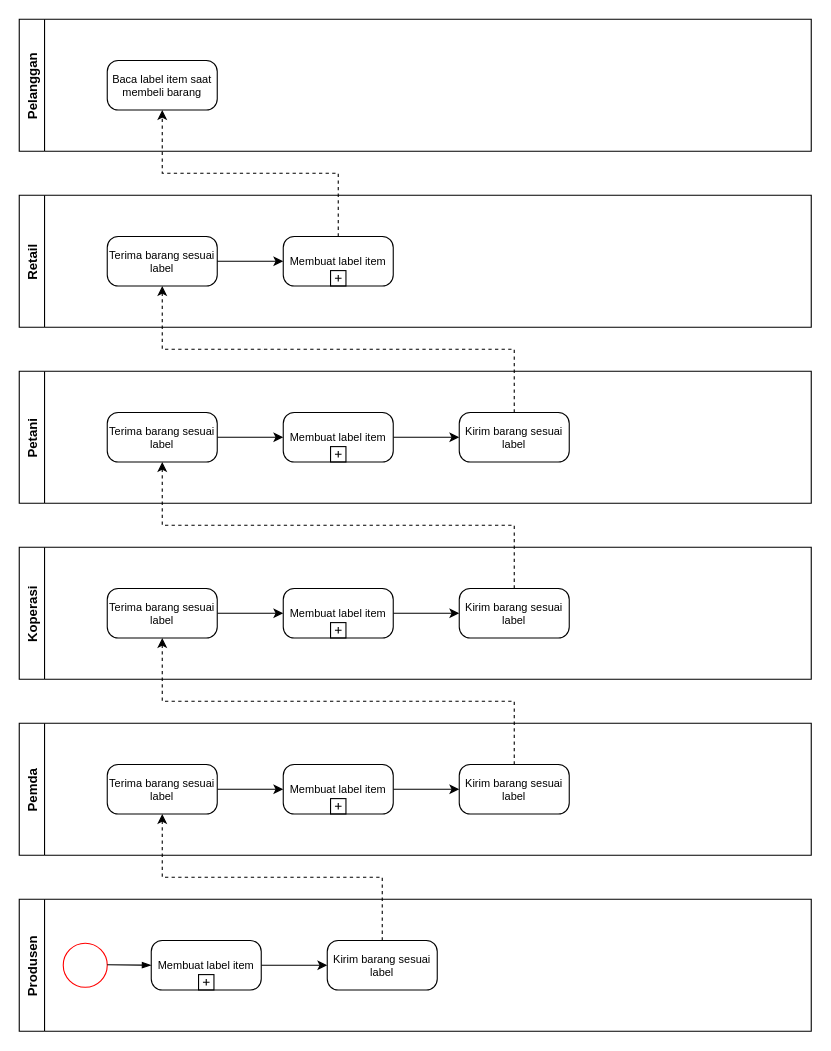
Above: BPMN1.drawio in hanggaa/Diagram (draw.io), before the change. Source tidied: cells renumbered, new cells numbered last; positions are measured from the earlier drawing's top-left corner, leaving out a move shared by most shapes. Both pictures are drawn from the tidied source at 110%, with x=0, y=0 at pixel (19, 19).
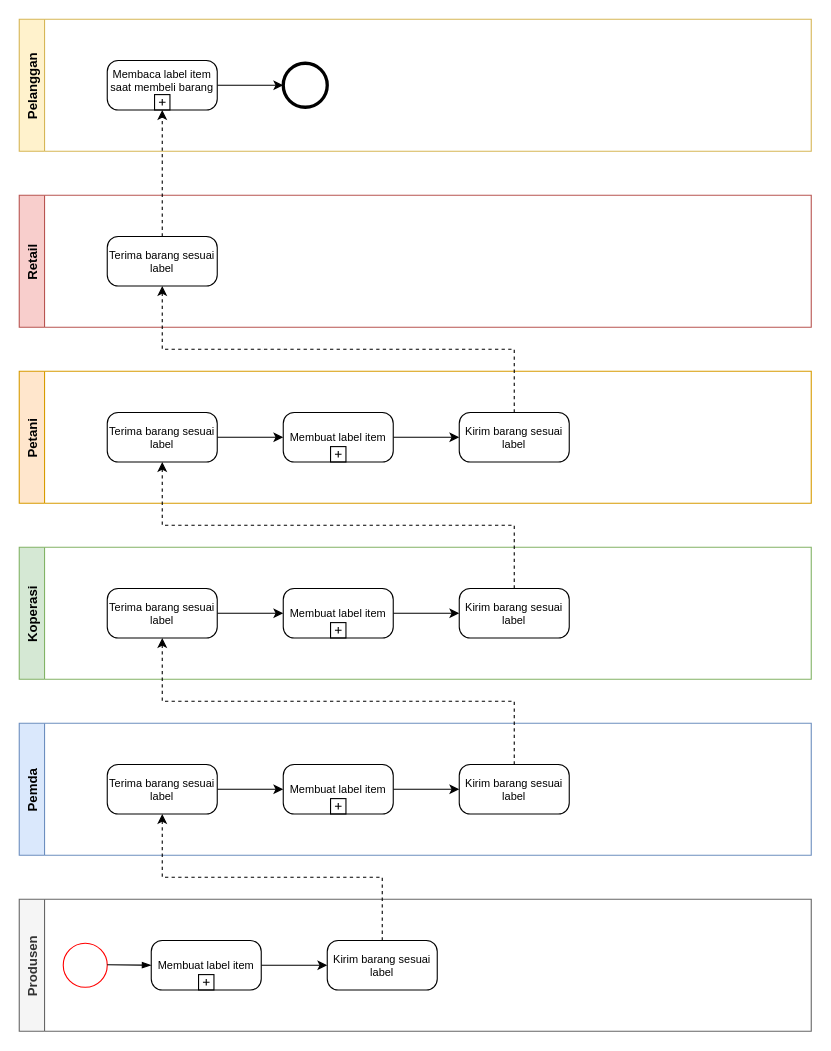
Above is the later version.

Unchanged cells that the change refers to:
```xml
<mxCell id="29" value="Terima barang sesuai label" style="points=[[0.25,0,0],[0.5,0,0],[0.75,0,0],[1,0.25,0],[1,0.5,0],[1,0.75,0],[0.75,1,0],[0.5,1,0],[0.25,1,0],[0,0.75,0],[0,0.5,0],[0,0.25,0]];shape=mxgraph.bpmn.task;whiteSpace=wrap;rectStyle=rounded;size=10;taskMarker=abstract;fontSize=10;" parent="28" vertex="1">
  <mxGeometry x="80" y="37.5" width="100" height="45" as="geometry" />
</mxCell>
```

The edit, as a diff of the source:
```diff
@@
-    <mxCell id="2" value="Pemda" style="swimlane;horizontal=0;" parent="1" vertex="1">
+    <mxCell id="2" value="Pemda" style="swimlane;horizontal=0;fillColor=#dae8fc;strokeColor=#6c8ebf;" parent="1" vertex="1">
       <mxGeometry y="640" width="720" height="120" as="geometry" />
     </mxCell>
@@
-    <mxCell id="8" value="Koperasi" style="swimlane;horizontal=0;" parent="1" vertex="1">
+    <mxCell id="8" value="Koperasi" style="swimlane;horizontal=0;fillColor=#d5e8d4;strokeColor=#82b366;" parent="1" vertex="1">
       <mxGeometry y="480" width="720" height="120" as="geometry" />
     </mxCell>
@@
-    <mxCell id="14" value="Petani" style="swimlane;horizontal=0;startSize=23;" parent="1" vertex="1">
+    <mxCell id="14" value="Petani" style="swimlane;horizontal=0;startSize=23;fillColor=#ffe6cc;strokeColor=#d79b00;" parent="1" vertex="1">
       <mxGeometry y="320" width="720" height="120" as="geometry" />
     </mxCell>
@@
-    <mxCell id="20" value="Pelanggan" style="swimlane;horizontal=0;startSize=23;" parent="1" vertex="1">
+    <mxCell id="20" value="Pelanggan" style="swimlane;horizontal=0;startSize=23;fillColor=#fff2cc;strokeColor=#d6b656;" parent="1" vertex="1">
       <mxGeometry width="720" height="120" as="geometry" />
     </mxCell>
-    <mxCell id="21" value="Baca label item saat membeli barang" style="points=[[0.25,0,0],[0.5,0,0],[0.75,0,0],[1,0.25,0],[1,0.5,0],[1,0.75,0],[0.75,1,0],[0.5,1,0],[0.25,1,0],[0,0.75,0],[0,0.5,0],[0,0.25,0]];shape=mxgraph.bpmn.task;whiteSpace=wrap;rectStyle=rounded;size=10;taskMarker=abstract;fontSize=10;" parent="20" vertex="1">
-      <mxGeometry x="80" y="37.5" width="100" height="45" as="geometry" />
-    </mxCell>
+    <mxCell id="37" style="edgeStyle=orthogonalEdgeStyle;rounded=0;jettySize=auto;html=1;exitX=1;exitY=0.5;exitDx=0;exitDy=0;exitPerimeter=0;" parent="20" edge="1" source="38" target="39">
+      <mxGeometry relative="1" as="geometry" />
+    </mxCell>
+    <mxCell id="38" value="Membaca label item saat membeli barang" style="points=[[0.25,0,0],[0.5,0,0],[0.75,0,0],[1,0.25,0],[1,0.5,0],[1,0.75,0],[0.75,1,0],[0.5,1,0],[0.25,1,0],[0,0.75,0],[0,0.5,0],[0,0.25,0]];shape=mxgraph.bpmn.task;whiteSpace=wrap;rectStyle=rounded;size=10;taskMarker=abstract;isLoopSub=1;fontSize=10;verticalAlign=top;" parent="20" vertex="1">
+      <mxGeometry x="80" y="37.5" width="100" height="45" as="geometry" />
+    </mxCell>
+    <mxCell id="39" style="points=[[0.145,0.145,0],[0.5,0,0],[0.855,0.145,0],[1,0.5,0],[0.855,0.855,0],[0.5,1,0],[0.145,0.855,0],[0,0.5,0]];shape=mxgraph.bpmn.event;html=1;verticalLabelPosition=bottom;labelBackgroundColor=#ffffff;verticalAlign=top;align=center;perimeter=ellipsePerimeter;outlineConnect=0;outline=end;symbol=terminate2;" parent="20" vertex="1">
+      <mxGeometry x="240" y="40" width="40" height="40" as="geometry" />
+    </mxCell>
-    <mxCell id="22" value="Produsen" style="swimlane;horizontal=0;startSize=23;" parent="1" vertex="1">
+    <mxCell id="22" value="Produsen" style="swimlane;horizontal=0;startSize=23;fillColor=#f5f5f5;fontColor=#333333;strokeColor=#666666;" parent="1" vertex="1">
       <mxGeometry y="800" width="720" height="120" as="geometry" />
     </mxCell>
@@
-    <mxCell id="28" value="Retail" style="swimlane;horizontal=0;startSize=23;" parent="1" vertex="1">
+    <mxCell id="28" value="Retail" style="swimlane;horizontal=0;startSize=23;fillColor=#f8cecc;strokeColor=#b85450;" parent="1" vertex="1">
       <mxGeometry y="160" width="720" height="120" as="geometry" />
     </mxCell>
@@
-    <mxCell id="30" value="Membuat label item" style="points=[[0.25,0,0],[0.5,0,0],[0.75,0,0],[1,0.25,0],[1,0.5,0],[1,0.75,0],[0.75,1,0],[0.5,1,0],[0.25,1,0],[0,0.75,0],[0,0.5,0],[0,0.25,0]];shape=mxgraph.bpmn.task;whiteSpace=wrap;rectStyle=rounded;size=10;taskMarker=abstract;isLoopSub=1;fontSize=10;" parent="28" vertex="1">
-      <mxGeometry x="240" y="37.5" width="100" height="45" as="geometry" />
-    </mxCell>
-    <mxCell id="31" style="edgeStyle=orthogonalEdgeStyle;rounded=0;jettySize=auto;html=1;exitX=1;exitY=0.5;exitDx=0;exitDy=0;exitPerimeter=0;entryX=0;entryY=0.5;entryDx=0;entryDy=0;entryPerimeter=0;" parent="28" edge="1" source="29" target="30">
-      <mxGeometry relative="1" as="geometry" />
-    </mxCell>
@@
-    <mxCell id="36" style="edgeStyle=orthogonalEdgeStyle;rounded=0;jettySize=auto;html=1;exitX=0.5;exitY=0;exitDx=0;exitDy=0;exitPerimeter=0;dashed=1;" parent="1" edge="1" source="30" target="21">
-      <mxGeometry relative="1" as="geometry" />
+    <mxCell id="36" style="edgeStyle=orthogonalEdgeStyle;rounded=0;jettySize=auto;html=1;exitX=0.5;exitY=0;exitDx=0;exitDy=0;exitPerimeter=0;dashed=1;" parent="1" edge="1" source="29">
+      <mxGeometry relative="1" as="geometry">
+        <mxPoint x="130" y="82.5" as="targetPoint" />
+      </mxGeometry>
     </mxCell>
```
